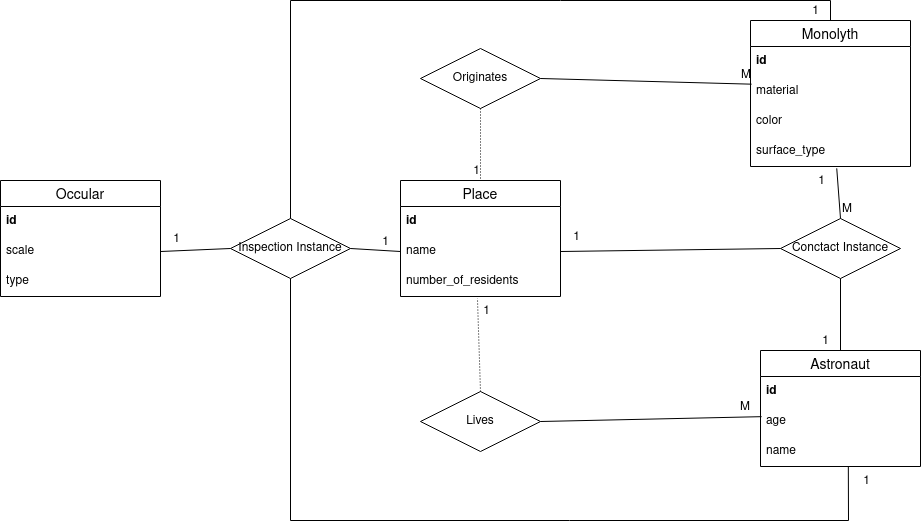
The draw.io diagram Infologic.png in usopshiy/BD_lab1, before a commit. Source tidied: cells renumbered, new cells last; positions are measured from the earlier drawing's top-left corner, leaving out a move shared by most shapes.
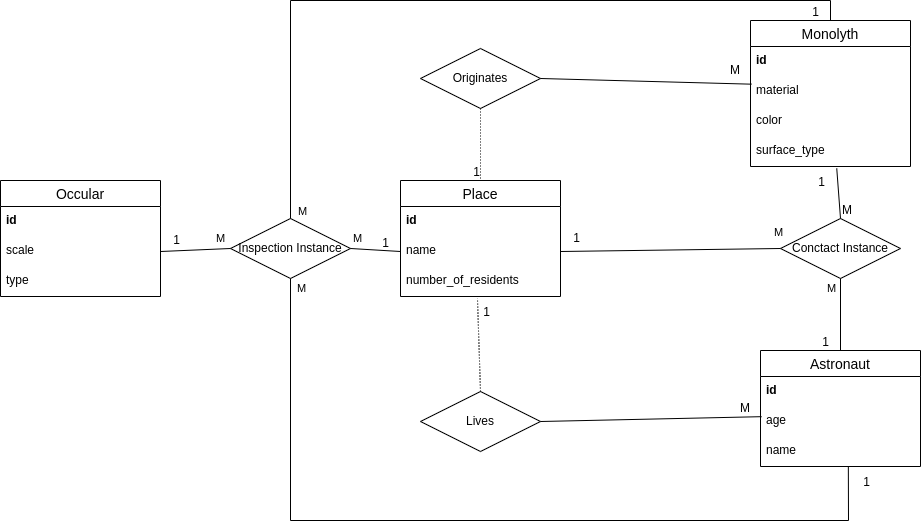
After the change.

The edit, as a diff of the source:
```diff
@@ -85,7 +85,9 @@
       <mxGeometry relative="1" as="geometry" />
     </mxCell>
     <mxCell id="28" value="M" style="html=1;align=right;verticalAlign=bottom;" parent="27" vertex="1">
-      <mxGeometry x="1" relative="1" as="geometry" />
+      <mxGeometry x="1" relative="1" as="geometry">
+        <mxPoint x="-11" y="-6" as="offset" />
+      </mxGeometry>
     </mxCell>
     <mxCell id="29" value="Conctact Instance" style="shape=rhombus;perimeter=rhombusPerimeter;whiteSpace=wrap;html=1;align=center;" parent="1" vertex="1">
       <mxGeometry x="780" y="218" width="120" height="60" as="geometry" />
@@ -114,6 +116,11 @@
         <mxPoint x="-11" as="offset" />
       </mxGeometry>
     </mxCell>
+    <mxCell id="46" value="M" style="edgeLabel;html=1;align=center;verticalAlign=middle;" parent="34" vertex="1">
+      <mxGeometry x="-0.75" y="-1" relative="1" as="geometry">
+        <mxPoint x="-9" as="offset" />
+      </mxGeometry>
+    </mxCell>
     <mxCell id="36" value="Inspection Instance" style="shape=rhombus;perimeter=rhombusPerimeter;whiteSpace=wrap;html=1;align=center;" parent="1" vertex="1">
       <mxGeometry x="230" y="218" width="120" height="60" as="geometry" />
     </mxCell>
@@ -164,5 +171,30 @@
         <mxPoint x="92" y="88" as="offset" />
       </mxGeometry>
     </mxCell>
+    <mxCell id="47" value="M" style="edgeLabel;html=1;align=center;verticalAlign=middle;" parent="1" vertex="1">
+      <mxGeometry x="870" y="270" as="geometry">
+        <mxPoint x="-93" y="-38" as="offset" />
+      </mxGeometry>
+    </mxCell>
+    <mxCell id="48" value="M" style="edgeLabel;html=1;align=center;verticalAlign=middle;" parent="1" vertex="1">
+      <mxGeometry x="850" y="307" as="geometry">
+        <mxPoint x="-550" y="-19" as="offset" />
+      </mxGeometry>
+    </mxCell>
+    <mxCell id="49" value="M" style="edgeLabel;html=1;align=center;verticalAlign=middle;" parent="1" vertex="1">
+      <mxGeometry x="860" y="317" as="geometry">
+        <mxPoint x="-559" y="-106" as="offset" />
+      </mxGeometry>
+    </mxCell>
+    <mxCell id="50" value="M" style="edgeLabel;html=1;align=center;verticalAlign=middle;" parent="1" vertex="1">
+      <mxGeometry x="210" y="238" as="geometry">
+        <mxPoint x="9" as="offset" />
+      </mxGeometry>
+    </mxCell>
+    <mxCell id="51" value="M" style="edgeLabel;html=1;align=center;verticalAlign=middle;" parent="1" vertex="1">
+      <mxGeometry x="880" y="337" as="geometry">
+        <mxPoint x="-524" y="-99" as="offset" />
+      </mxGeometry>
+    </mxCell>
   </root>
 </mxGraphModel>
```
